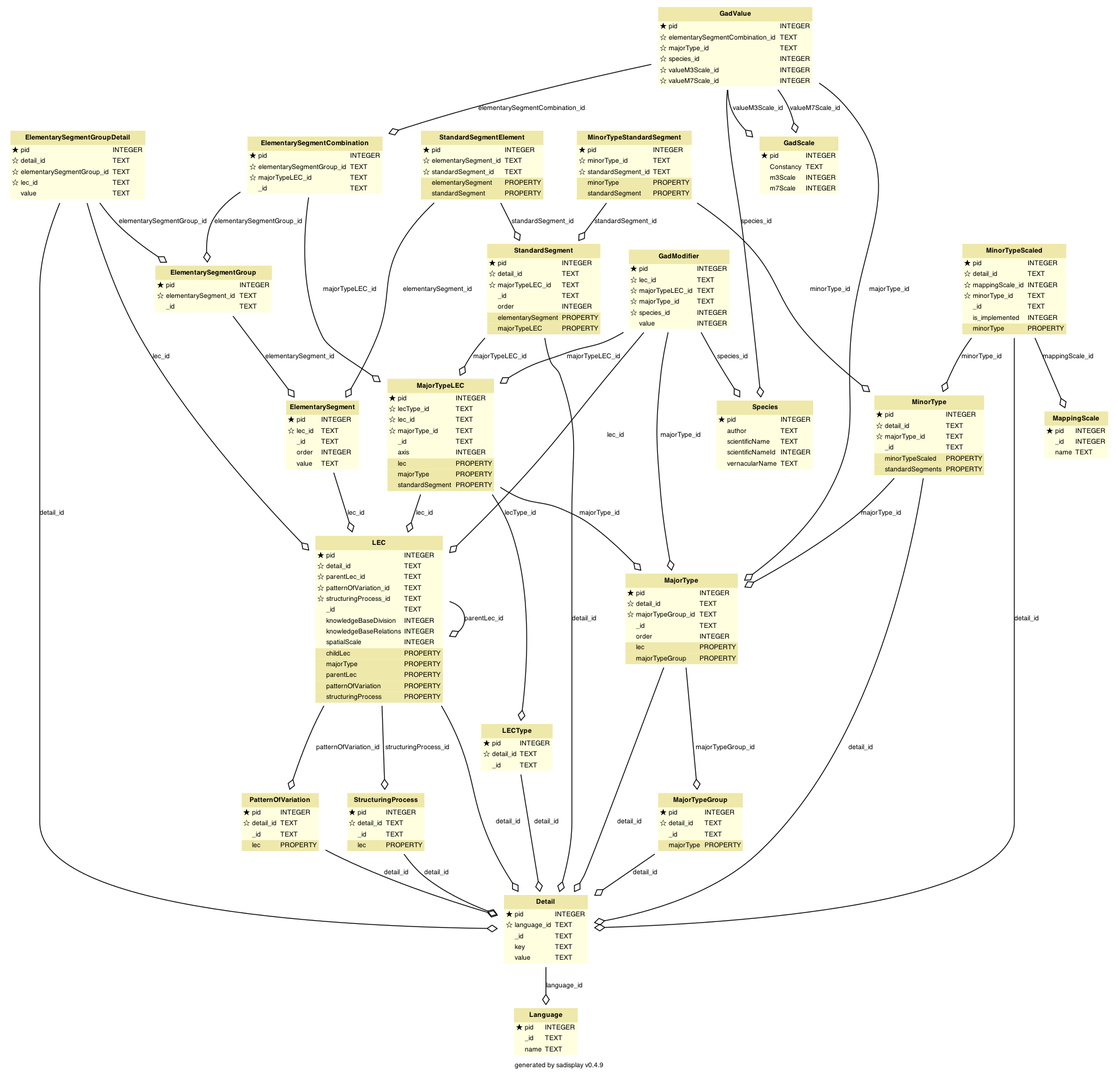
This is scripts/database/schema.png from MichalTorma/natur-i-norge, a Graphviz export, as it was before one commit. Its source is kept beside it as scripts/database/schema.dot.
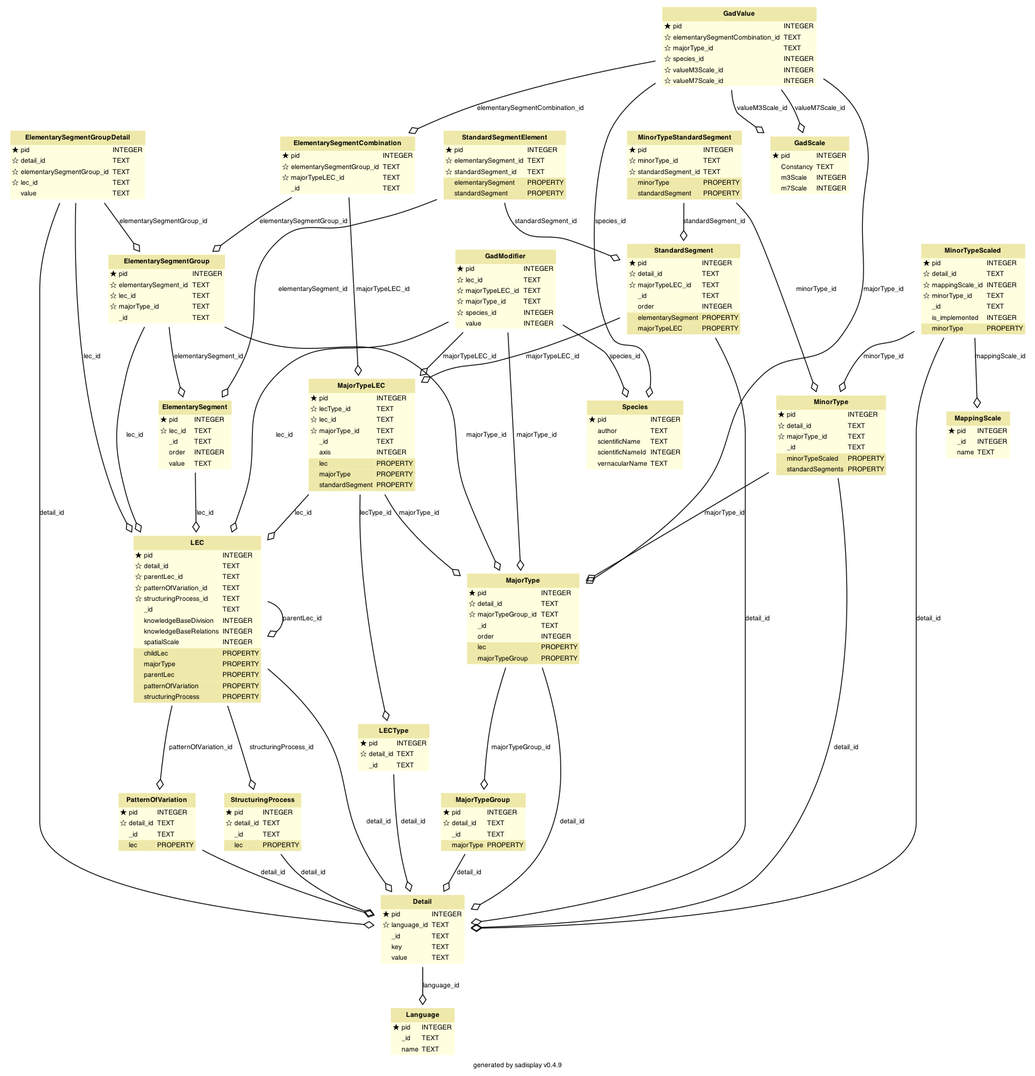
Later version of the same file.

The edit, as a diff of the source:
```diff
@@ -116,6 +116,14 @@
         ><FONT FACE="Bitstream Vera Sans">INTEGER</FONT
         ></TD></TR> <TR><TD ALIGN="LEFT" BORDER="0"
         ><FONT FACE="Bitstream Vera Sans">☆ elementarySegment_id</FONT
+        ></TD><TD ALIGN="LEFT"
+        ><FONT FACE="Bitstream Vera Sans">TEXT</FONT
+        ></TD></TR> <TR><TD ALIGN="LEFT" BORDER="0"
+        ><FONT FACE="Bitstream Vera Sans">☆ lec_id</FONT
+        ></TD><TD ALIGN="LEFT"
+        ><FONT FACE="Bitstream Vera Sans">TEXT</FONT
+        ></TD></TR> <TR><TD ALIGN="LEFT" BORDER="0"
+        ><FONT FACE="Bitstream Vera Sans">☆ majorType_id</FONT
         ></TD><TD ALIGN="LEFT"
         ><FONT FACE="Bitstream Vera Sans">TEXT</FONT
         ></TD></TR> <TR><TD ALIGN="LEFT" BORDER="0"
@@ -797,6 +805,8 @@
 	"ElementarySegmentCombination" -> "ElementarySegmentGroup" [label = "elementarySegmentGroup_id"]
 	"ElementarySegmentCombination" -> "MajorTypeLEC" [label = "majorTypeLEC_id"]
 	"ElementarySegmentGroup" -> "ElementarySegment" [label = "elementarySegment_id"]
+	"ElementarySegmentGroup" -> "MajorType" [label = "majorType_id"]
+	"ElementarySegmentGroup" -> "LEC" [label = "lec_id"]
 	"ElementarySegmentGroupDetail" -> "ElementarySegmentGroup" [label = "elementarySegmentGroup_id"]
 	"ElementarySegmentGroupDetail" -> "LEC" [label = "lec_id"]
 	"ElementarySegmentGroupDetail" -> "Detail" [label = "detail_id"]
```
